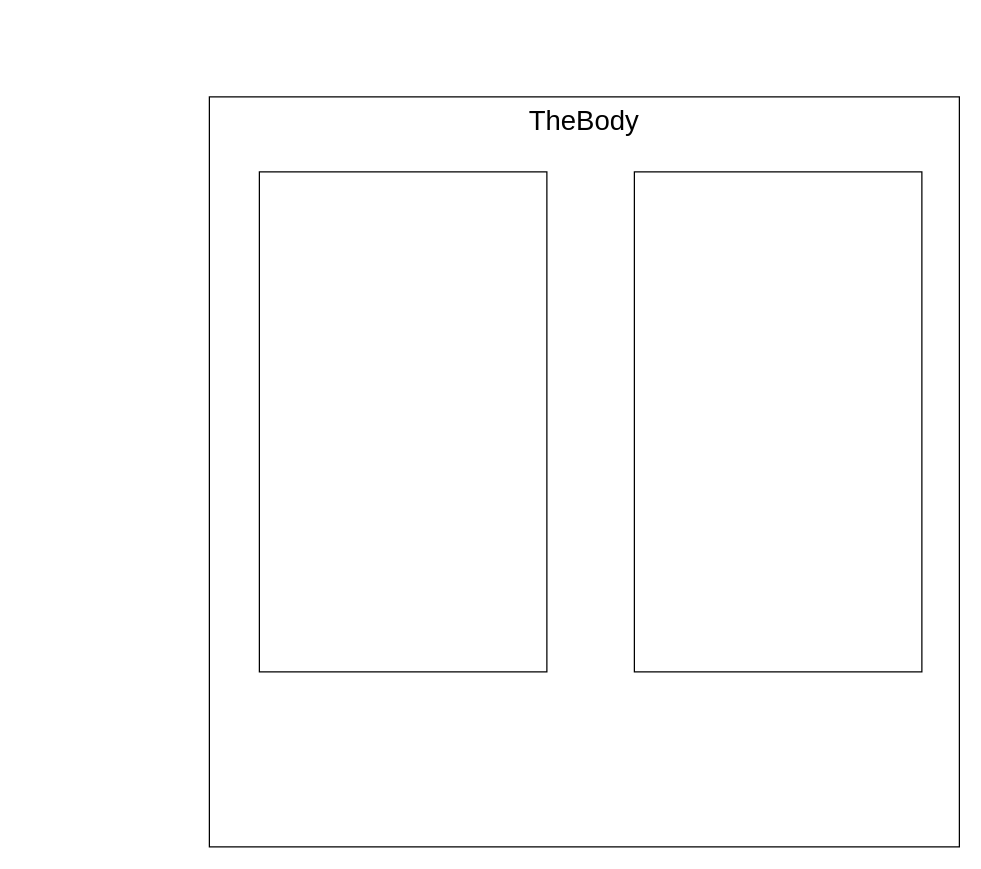
Above: diagram.drawio in kiernan2/merch_stete (draw.io), before the change. Source tidied: cells renumbered, new cells numbered last; positions are measured from the earlier drawing's top-left corner, leaving out a move shared by most shapes. Both pictures are drawn from the tidied source at 125%, with x=0, y=0 at pixel (209, 96).
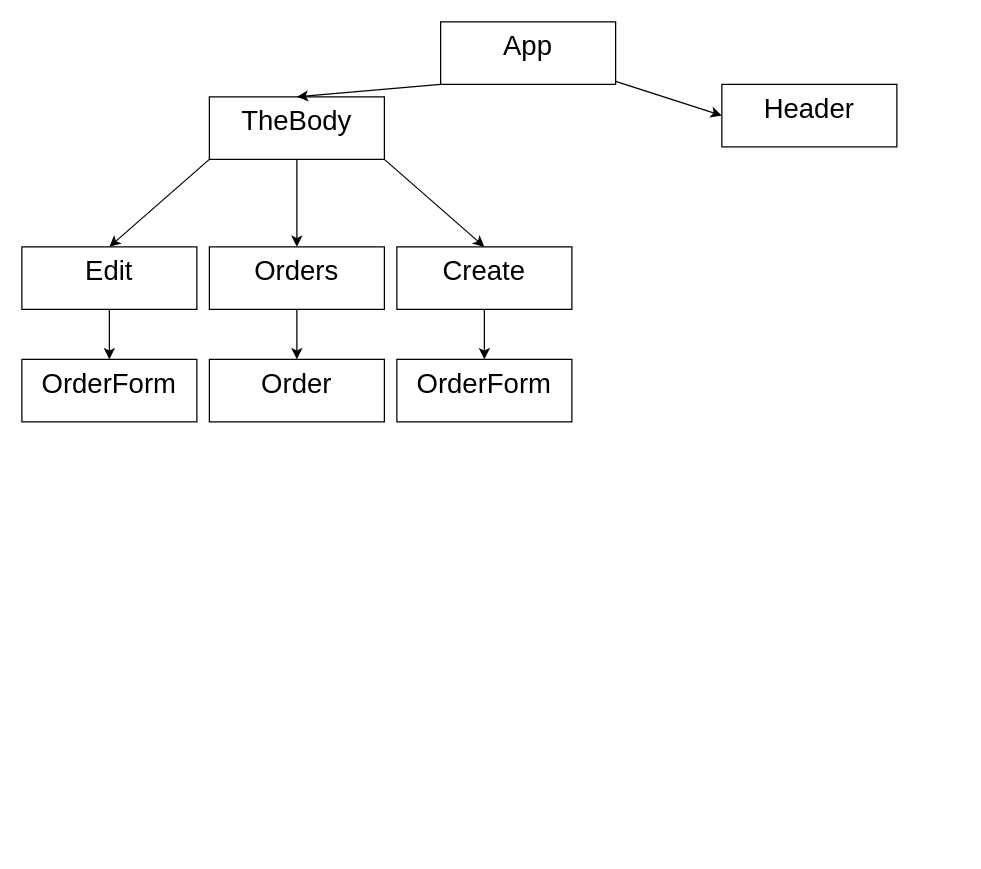
After the change.

Diff of the diagram source:
```diff
@@
 <mxGraphModel>
   <root>
     <mxCell id="0" />
     <mxCell id="1" parent="0" />
+    <mxCell id="5" style="edgeStyle=none;html=1;exitX=1;exitY=1;exitDx=0;exitDy=0;entryX=0.5;entryY=0;entryDx=0;entryDy=0;" parent="1" edge="1" source="2" target="17">
+      <mxGeometry relative="1" as="geometry" />
+    </mxCell>
+    <mxCell id="6" style="edgeStyle=none;html=1;exitX=0.5;exitY=1;exitDx=0;exitDy=0;" parent="1" edge="1" source="2" target="15">
+      <mxGeometry relative="1" as="geometry" />
+    </mxCell>
+    <mxCell id="7" style="edgeStyle=none;html=1;exitX=0;exitY=1;exitDx=0;exitDy=0;entryX=0.5;entryY=0;entryDx=0;entryDy=0;" parent="1" edge="1" source="2" target="13">
+      <mxGeometry relative="1" as="geometry" />
+    </mxCell>
     <mxCell id="2" value="TheBody" style="rounded=0;whiteSpace=wrap;html=1;verticalAlign=top;fontSize=22;" parent="1" vertex="1">
-      <mxGeometry width="600" height="600" as="geometry" />
+      <mxGeometry width="140" height="50" as="geometry" />
     </mxCell>
-    <mxCell id="3" style="whiteSpace=wrap;html=1;" parent="1" vertex="1">
-      <mxGeometry x="40" y="60" width="230" height="400" as="geometry" />
-    </mxCell>
-    <mxCell id="4" style="whiteSpace=wrap;html=1;" parent="1" vertex="1">
-      <mxGeometry x="340" y="60" width="230" height="400" as="geometry" />
-    </mxCell>
+    <mxCell id="8" style="edgeStyle=none;html=1;entryX=0;entryY=0.5;entryDx=0;entryDy=0;" parent="1" edge="1" source="10" target="11">
+      <mxGeometry relative="1" as="geometry" />
+    </mxCell>
+    <mxCell id="9" style="edgeStyle=none;html=1;exitX=0;exitY=1;exitDx=0;exitDy=0;entryX=0.5;entryY=0;entryDx=0;entryDy=0;" parent="1" edge="1" source="10" target="2">
+      <mxGeometry relative="1" as="geometry" />
+    </mxCell>
+    <mxCell id="10" value="App" style="rounded=0;whiteSpace=wrap;html=1;verticalAlign=top;fontSize=22;" parent="1" vertex="1">
+      <mxGeometry x="185" y="-60" width="140" height="50" as="geometry" />
+    </mxCell>
+    <mxCell id="11" value="Header" style="rounded=0;whiteSpace=wrap;html=1;verticalAlign=top;fontSize=22;" parent="1" vertex="1">
+      <mxGeometry x="410" y="-10" width="140" height="50" as="geometry" />
+    </mxCell>
+    <mxCell id="12" style="edgeStyle=none;html=1;entryX=0.5;entryY=0;entryDx=0;entryDy=0;" parent="1" edge="1" source="13" target="19">
+      <mxGeometry relative="1" as="geometry" />
+    </mxCell>
+    <mxCell id="13" value="Edit" style="rounded=0;whiteSpace=wrap;html=1;verticalAlign=top;fontSize=22;" parent="1" vertex="1">
+      <mxGeometry x="-150" y="120" width="140" height="50" as="geometry" />
+    </mxCell>
+    <mxCell id="14" style="edgeStyle=none;html=1;" parent="1" edge="1" source="15" target="20">
+      <mxGeometry relative="1" as="geometry" />
+    </mxCell>
+    <mxCell id="15" value="Orders" style="rounded=0;whiteSpace=wrap;html=1;verticalAlign=top;fontSize=22;" parent="1" vertex="1">
+      <mxGeometry y="120" width="140" height="50" as="geometry" />
+    </mxCell>
+    <mxCell id="16" style="edgeStyle=none;html=1;" parent="1" edge="1" source="17" target="18">
+      <mxGeometry relative="1" as="geometry" />
+    </mxCell>
+    <mxCell id="17" value="Create" style="rounded=0;whiteSpace=wrap;html=1;verticalAlign=top;fontSize=22;" parent="1" vertex="1">
+      <mxGeometry x="150" y="120" width="140" height="50" as="geometry" />
+    </mxCell>
+    <mxCell id="18" value="OrderForm" style="rounded=0;whiteSpace=wrap;html=1;verticalAlign=top;fontSize=22;" parent="1" vertex="1">
+      <mxGeometry x="150" y="210" width="140" height="50" as="geometry" />
+    </mxCell>
+    <mxCell id="19" value="OrderForm" style="rounded=0;whiteSpace=wrap;html=1;verticalAlign=top;fontSize=22;" parent="1" vertex="1">
+      <mxGeometry x="-150" y="210" width="140" height="50" as="geometry" />
+    </mxCell>
+    <mxCell id="20" value="Order" style="rounded=0;whiteSpace=wrap;html=1;verticalAlign=top;fontSize=22;" parent="1" vertex="1">
+      <mxGeometry y="210" width="140" height="50" as="geometry" />
+    </mxCell>
   </root>
 </mxGraphModel>
```
